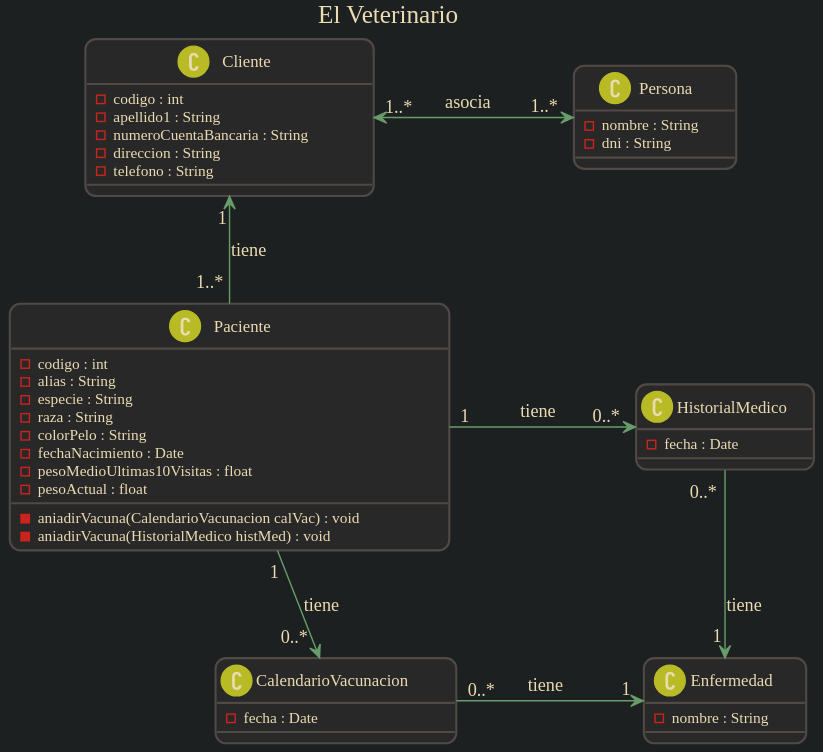
Before: ENDE/Practicas/uml/generated/ElVeterinario.svg, a diagram exported from PlantUML (s1dam-azarquiel-2021/apuntes-y-practicas).
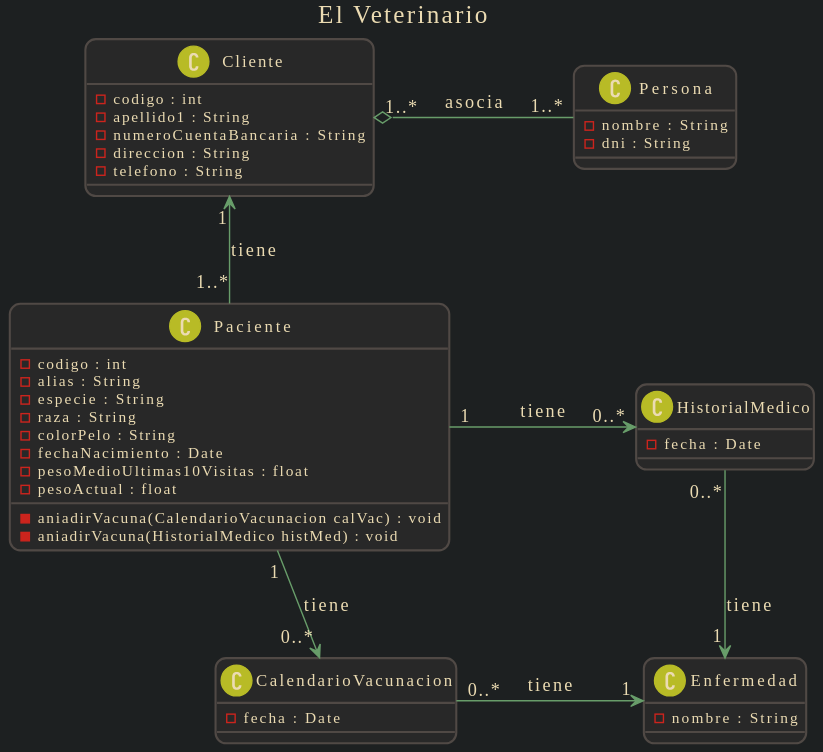
After the change.

What changed in the source:
```diff
@@ -43,7 +43,7 @@
 
 skinparam Nodesep 100
 
-Cliente "1..*" <-> "1..*" Persona : asocia
+Cliente "1..*" o- "1..*" Persona : asocia
 Cliente "1" <-- "1..*" Paciente : tiene
 
 Paciente "1" -> "0..*" HistorialMedico : tiene
```
